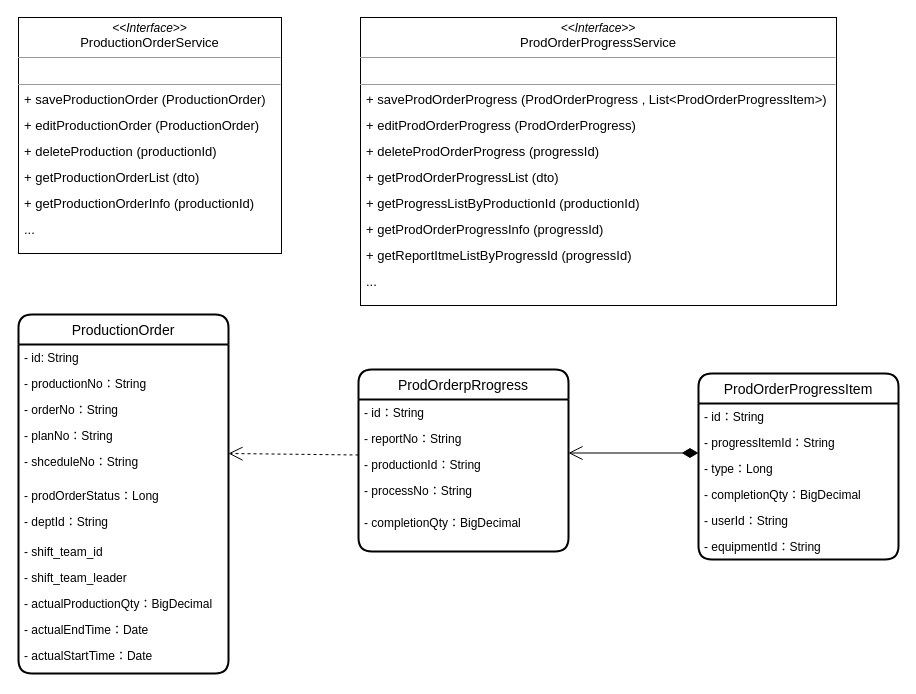
KNAI-I/test keeps this draw.io diagram as page "领料单" (1 of 4) of 类图.drawio. Above is the earlier version. Source tidied: cells renumbered, new cells numbered last; positions are measured from the earlier drawing's top-left corner, leaving out a move shared by most shapes. Both pictures are drawn from the tidied source at 100%, with x=0, y=0 at pixel (18, 17).
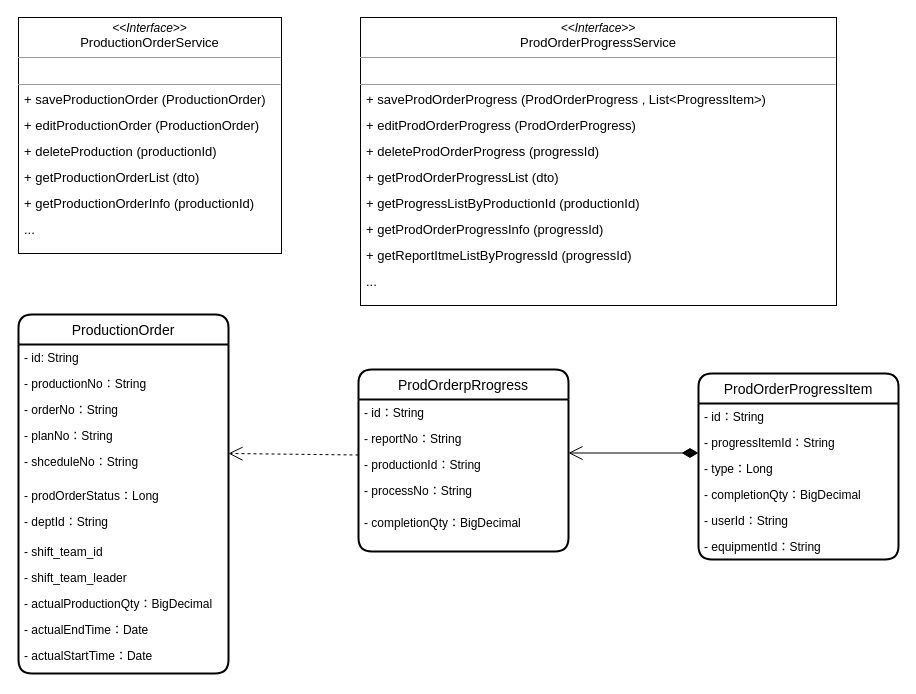
Above is the later version.

What changed in the source:
```diff
@@
-    <mxCell id="38" value="+ saveProdOrderProgress (ProdOrderProgress , List&lt;ProdOrderProgressItem&gt;)" style="text;strokeColor=none;fillColor=none;align=left;verticalAlign=top;spacingLeft=4;spacingRight=4;overflow=hidden;fontSize=13;" parent="1" vertex="1">
+    <mxCell id="38" value="+ saveProdOrderProgress (ProdOrderProgress , List&lt;ProgressItem&gt;)" style="text;strokeColor=none;fillColor=none;align=left;verticalAlign=top;spacingLeft=4;spacingRight=4;overflow=hidden;fontSize=13;" parent="1" vertex="1">
       <mxGeometry x="342" y="68" width="483" height="26" as="geometry" />
     </mxCell>
```
